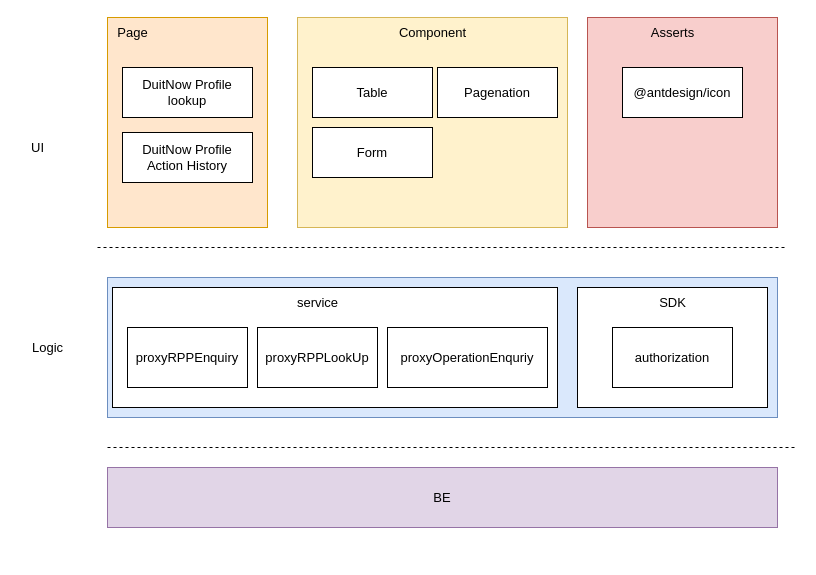
Before: page "第 2 页" (2 of 3) of proxy-management.drawio in RexYao97/sfrex, a draw.io diagram. Source tidied: cells renumbered, new cells numbered last; positions are measured from the earlier drawing's top-left corner, leaving out a move shared by most shapes. Both pictures are drawn from the tidied source at 100%, with x=0, y=0 at pixel (17, 17).
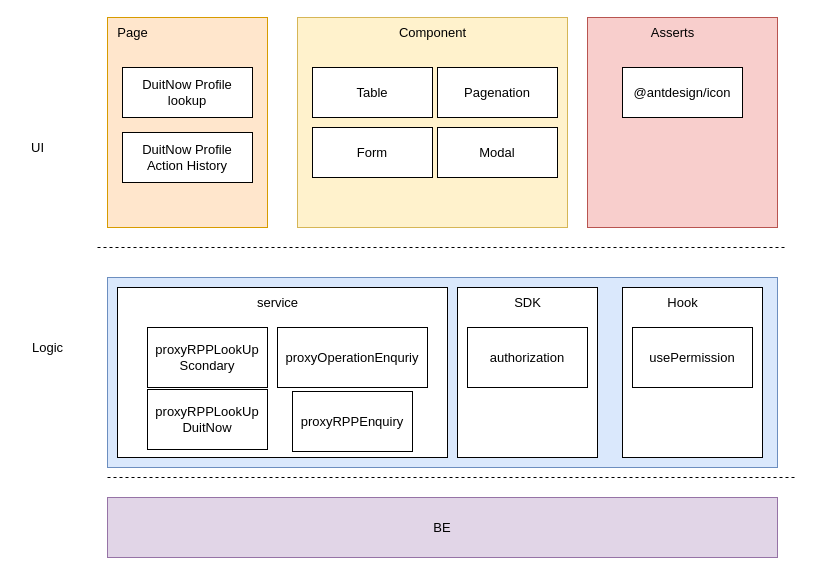
After the change.

Diff of the diagram source:
```diff
@@
     <mxCell id="14" style="rounded=0;whiteSpace=wrap;html=1;fontSize=13;fillColor=#dae8fc;strokeColor=#6c8ebf;" parent="1" vertex="1">
-      <mxGeometry x="90" y="260" width="670" height="140" as="geometry" />
+      <mxGeometry x="90" y="260" width="670" height="190" as="geometry" />
     </mxCell>
@@
     <mxCell id="17" style="endArrow=none;dashed=1;html=1;rounded=0;fontSize=13;" parent="1" edge="1">
       <mxGeometry relative="1" as="geometry">
-        <mxPoint x="90" y="430" as="sourcePoint" />
-        <mxPoint x="780" y="430" as="targetPoint" />
+        <mxPoint x="90" y="460" as="sourcePoint" />
+        <mxPoint x="780" y="460" as="targetPoint" />
       </mxGeometry>
     </mxCell>
     <mxCell id="18" value="BE" style="rounded=0;whiteSpace=wrap;html=1;fontSize=13;fillColor=#e1d5e7;strokeColor=#9673a6;" parent="1" vertex="1">
-      <mxGeometry x="90" y="450" width="670" height="60" as="geometry" />
+      <mxGeometry x="90" y="480" width="670" height="60" as="geometry" />
     </mxCell>
@@
     <mxCell id="20" style="rounded=0;whiteSpace=wrap;html=1;fontSize=13;" parent="1" vertex="1">
-      <mxGeometry x="95" y="270" width="445" height="120" as="geometry" />
+      <mxGeometry x="100" y="270" width="330" height="170" as="geometry" />
     </mxCell>
     <mxCell id="21" value="service" style="text;html=1;align=center;verticalAlign=middle;strokeColor=none;fillColor=none;fontSize=13;" parent="1" vertex="1">
-      <mxGeometry x="270" y="270" width="60" height="30" as="geometry" />
+      <mxGeometry x="230" y="270" width="60" height="30" as="geometry" />
     </mxCell>
-    <mxCell id="22" value="proxyRPPLookUp" style="whiteSpace=wrap;html=1;fontSize=13;" parent="1" vertex="1">
-      <mxGeometry x="240" y="310" width="120" height="60" as="geometry" />
+    <mxCell id="22" value="proxyRPPLookUp&lt;br&gt;Scondary" style="whiteSpace=wrap;html=1;fontSize=13;" parent="1" vertex="1">
+      <mxGeometry x="130" y="310" width="120" height="60" as="geometry" />
     </mxCell>
     <mxCell id="23" value="proxyRPPEnquiry" style="whiteSpace=wrap;html=1;fontSize=13;" parent="1" vertex="1">
-      <mxGeometry x="110" y="310" width="120" height="60" as="geometry" />
+      <mxGeometry x="275" y="374" width="120" height="60" as="geometry" />
     </mxCell>
     <mxCell id="24" value="proxyOperationEnquriy" style="whiteSpace=wrap;html=1;fontSize=13;" parent="1" vertex="1">
-      <mxGeometry x="370" y="310" width="160" height="60" as="geometry" />
+      <mxGeometry x="260" y="310" width="150" height="60" as="geometry" />
     </mxCell>
     <mxCell id="25" style="rounded=0;whiteSpace=wrap;html=1;fontSize=13;" parent="1" vertex="1">
-      <mxGeometry x="560" y="270" width="190" height="120" as="geometry" />
+      <mxGeometry x="440" y="270" width="140" height="170" as="geometry" />
     </mxCell>
     <mxCell id="26" value="SDK" style="text;html=1;align=center;verticalAlign=middle;strokeColor=none;fillColor=none;fontSize=13;" parent="1" vertex="1">
-      <mxGeometry x="630" y="270" width="50" height="30" as="geometry" />
+      <mxGeometry x="485" y="270" width="50" height="30" as="geometry" />
     </mxCell>
     <mxCell id="27" value="authorization" style="whiteSpace=wrap;html=1;fontSize=13;" parent="1" vertex="1">
-      <mxGeometry x="595" y="310" width="120" height="60" as="geometry" />
+      <mxGeometry x="450" y="310" width="120" height="60" as="geometry" />
     </mxCell>
+    <mxCell id="28" value="proxyRPPLookUp&lt;br&gt;DuitNow" style="whiteSpace=wrap;html=1;fontSize=13;" parent="1" vertex="1">
+      <mxGeometry x="130" y="372" width="120" height="60" as="geometry" />
+    </mxCell>
+    <mxCell id="29" value="Modal" style="rounded=0;whiteSpace=wrap;html=1;fontSize=13;" parent="1" vertex="1">
+      <mxGeometry x="420" y="110" width="120" height="50" as="geometry" />
+    </mxCell>
+    <mxCell id="30" style="rounded=0;whiteSpace=wrap;html=1;fontSize=13;" parent="1" vertex="1">
+      <mxGeometry x="605" y="270" width="140" height="170" as="geometry" />
+    </mxCell>
+    <mxCell id="31" value="Hook" style="text;html=1;align=center;verticalAlign=middle;strokeColor=none;fillColor=none;fontSize=13;" parent="1" vertex="1">
+      <mxGeometry x="640" y="270" width="50" height="30" as="geometry" />
+    </mxCell>
+    <mxCell id="32" value="usePermission" style="whiteSpace=wrap;html=1;fontSize=13;" parent="1" vertex="1">
+      <mxGeometry x="615" y="310" width="120" height="60" as="geometry" />
+    </mxCell>
```
